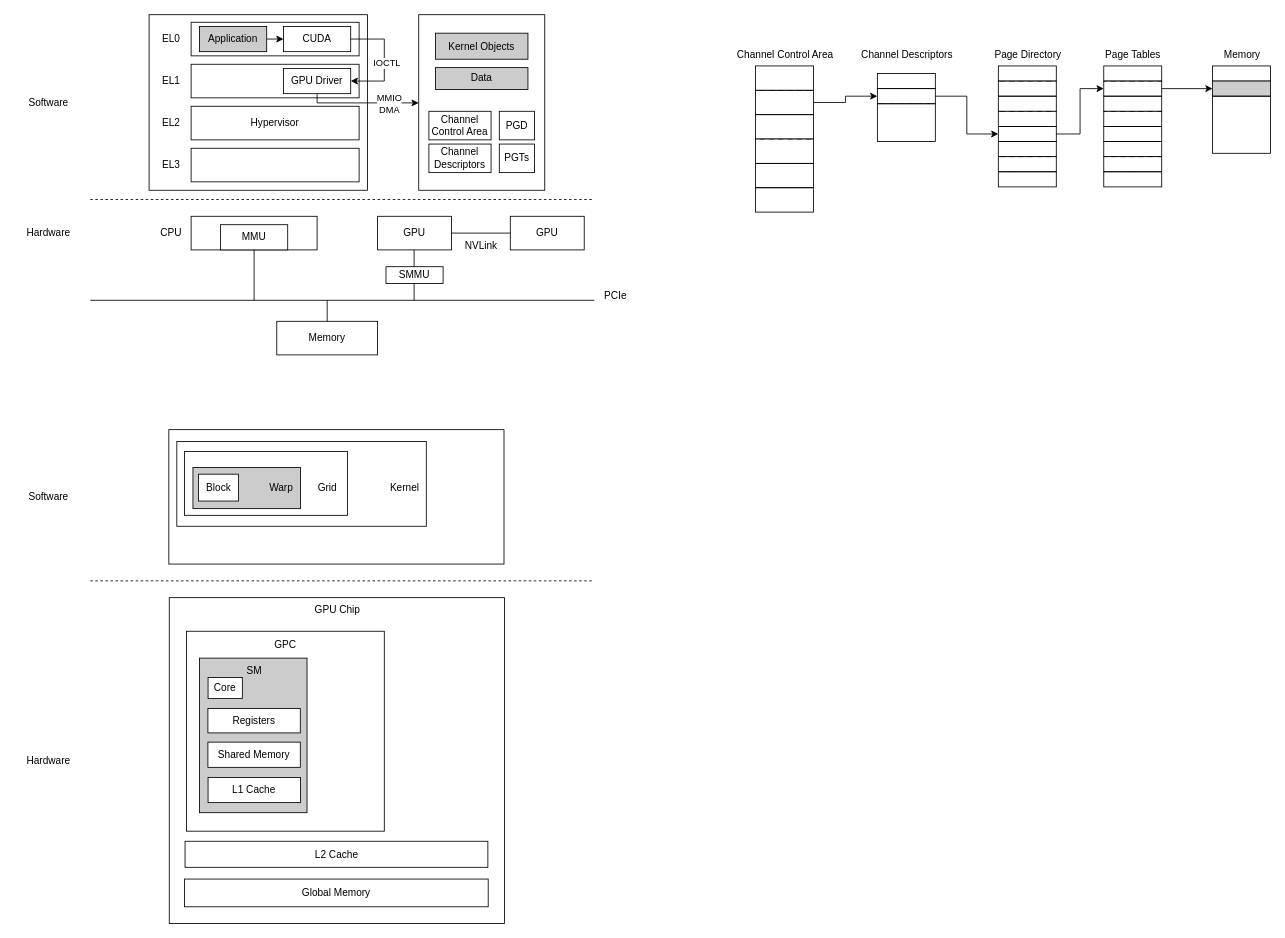
Above: gpu.drawio in qianfei11/draw.io (draw.io), before the change. Source tidied: cells renumbered, new cells numbered last; positions are measured from the earlier drawing's top-left corner, leaving out a move shared by most shapes. Both pictures are drawn from the tidied source at 84%, with x=0, y=0 at pixel (14, 14).
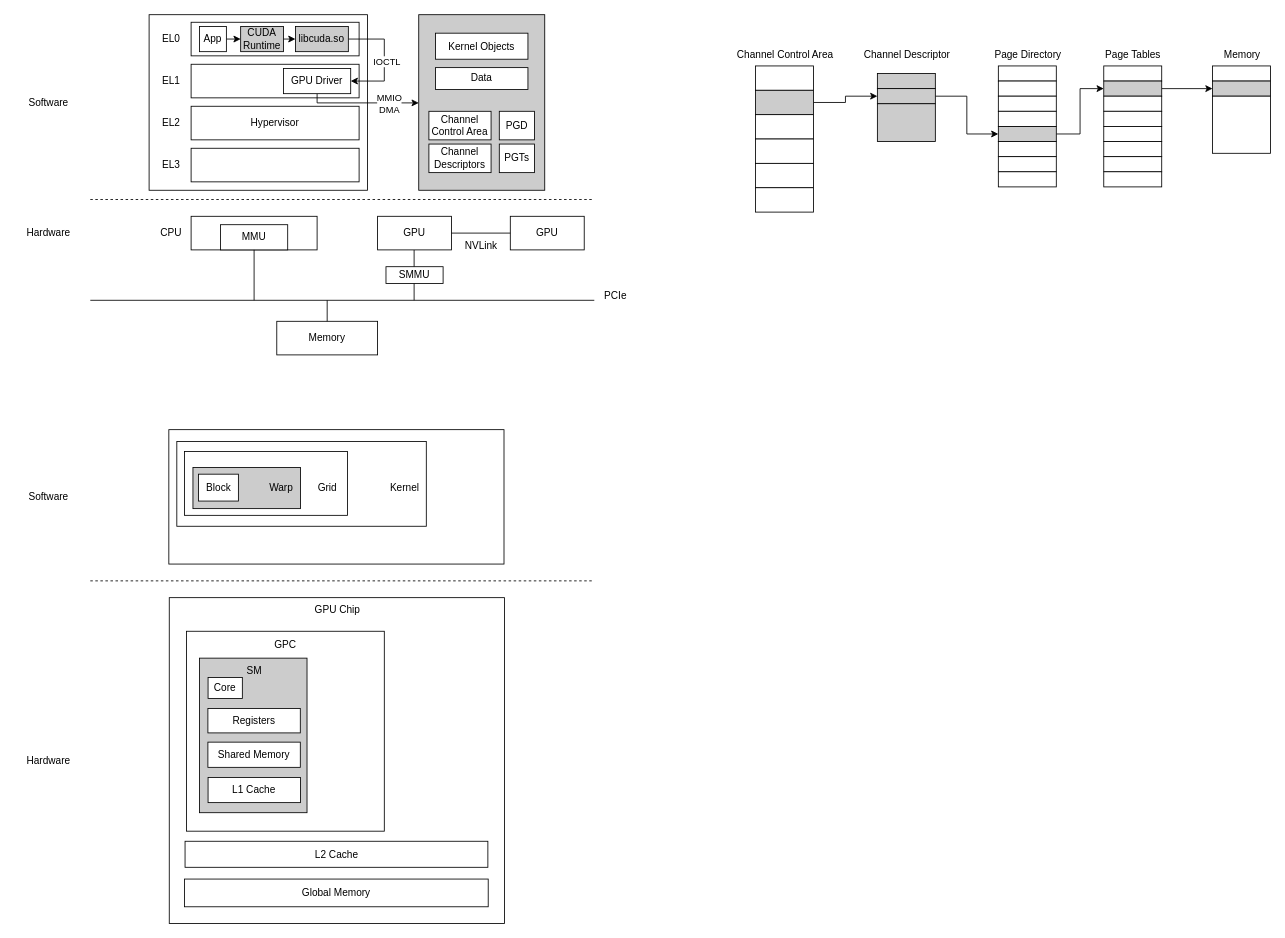
The same diagram, later.

The change refers to these unchanged cells:
```xml
<mxCell id="17" value="GPU Driver" style="rounded=0;whiteSpace=wrap;html=1;fillStyle=auto;fillColor=#FFFFFF;" parent="1" vertex="1">
  <mxGeometry x="320" y="64" width="80" height="30" as="geometry" />
</mxCell>
```

Change to the diagram source:
```diff
@@
-    <mxCell id="5" style="rounded=0;whiteSpace=wrap;html=1;" parent="1" vertex="1">
+    <mxCell id="5" style="rounded=0;whiteSpace=wrap;html=1;fillColor=#CCCCCC;" parent="1" vertex="1">
       <mxGeometry x="481" width="150" height="209" as="geometry" />
     </mxCell>
@@
-    <mxCell id="24" value="Application" style="rounded=0;whiteSpace=wrap;html=1;fillStyle=auto;fillColor=#CCCCCC;" parent="1" vertex="1">
-      <mxGeometry x="220" y="14" width="80" height="30" as="geometry" />
+    <mxCell id="24" value="App" style="rounded=0;whiteSpace=wrap;html=1;fillStyle=auto;fillColor=#FFFFFF;" parent="1" vertex="1">
+      <mxGeometry x="220" y="14" width="32" height="30" as="geometry" />
     </mxCell>
@@
-    <mxCell id="37" style="edgeStyle=orthogonalEdgeStyle;rounded=0;jettySize=auto;html=1;exitX=1;exitY=0.5;exitDx=0;exitDy=0;entryX=1;entryY=0.5;entryDx=0;entryDy=0;" parent="1" edge="1" source="39" target="17">
+    <mxCell id="37" style="edgeStyle=orthogonalEdgeStyle;rounded=0;jettySize=auto;html=1;entryX=1;entryY=0.5;entryDx=0;entryDy=0;exitX=1;exitY=0.5;exitDx=0;exitDy=0;" parent="1" edge="1" source="104" target="17">
       <mxGeometry relative="1" as="geometry">
         <Array as="points">
           <mxPoint x="440" y="29" />
           <mxPoint x="440" y="79" />
         </Array>
       </mxGeometry>
     </mxCell>
@@
+    <mxCell id="103" style="edgeStyle=orthogonalEdgeStyle;rounded=0;jettySize=auto;html=1;exitX=1;exitY=0.5;exitDx=0;exitDy=0;entryX=0;entryY=0.5;entryDx=0;entryDy=0;" parent="1" edge="1" source="39" target="104">
+      <mxGeometry relative="1" as="geometry" />
+    </mxCell>
-    <mxCell id="39" value="CUDA" style="rounded=0;whiteSpace=wrap;html=1;fillStyle=auto;fillColor=#FFFFFF;" parent="1" vertex="1">
-      <mxGeometry x="320" y="14" width="80" height="30" as="geometry" />
+    <mxCell id="39" value="CUDA Runtime" style="rounded=0;whiteSpace=wrap;html=1;fillStyle=auto;fillColor=#CCCCCC;" parent="1" vertex="1">
+      <mxGeometry x="269" y="14" width="51" height="30" as="geometry" />
     </mxCell>
@@
-    <mxCell id="52" value="Kernel Objects" style="rounded=0;whiteSpace=wrap;html=1;fillColor=#CCCCCC;" parent="1" vertex="1">
+    <mxCell id="52" value="Kernel Objects" style="rounded=0;whiteSpace=wrap;html=1;fillColor=#FFFFFF;" parent="1" vertex="1">
       <mxGeometry x="501" y="22" width="110" height="31" as="geometry" />
     </mxCell>
@@
-    <mxCell id="62" style="rounded=0;whiteSpace=wrap;html=1;fillColor=#FFFFFF;fillStyle=dots;" parent="1" vertex="1">
+    <mxCell id="62" style="rounded=0;whiteSpace=wrap;html=1;fillColor=#FFFFFF;fillStyle=auto;" parent="1" vertex="1">
       <mxGeometry x="882" y="61" width="69" height="29" as="geometry" />
     </mxCell>
@@
-    <mxCell id="65" style="rounded=0;whiteSpace=wrap;html=1;fillColor=#FFFFFF;fillStyle=dots;" parent="1" vertex="1">
+    <mxCell id="65" style="rounded=0;whiteSpace=wrap;html=1;fillColor=#CCCCCC;fillStyle=auto;" parent="1" vertex="1">
       <mxGeometry x="882" y="90" width="69" height="29" as="geometry" />
     </mxCell>
-    <mxCell id="66" style="rounded=0;whiteSpace=wrap;html=1;fillColor=#FFFFFF;fillStyle=dots;" parent="1" vertex="1">
+    <mxCell id="66" style="rounded=0;whiteSpace=wrap;html=1;fillColor=#FFFFFF;fillStyle=auto;" parent="1" vertex="1">
       <mxGeometry x="882" y="119" width="69" height="29" as="geometry" />
     </mxCell>
-    <mxCell id="67" style="rounded=0;whiteSpace=wrap;html=1;fillColor=#FFFFFF;fillStyle=dots;" parent="1" vertex="1">
+    <mxCell id="67" style="rounded=0;whiteSpace=wrap;html=1;fillColor=#FFFFFF;fillStyle=auto;" parent="1" vertex="1">
       <mxGeometry x="882" y="148" width="69" height="29" as="geometry" />
     </mxCell>
-    <mxCell id="68" style="rounded=0;whiteSpace=wrap;html=1;fillColor=#FFFFFF;fillStyle=dots;" parent="1" vertex="1">
+    <mxCell id="68" style="rounded=0;whiteSpace=wrap;html=1;fillColor=#FFFFFF;fillStyle=auto;" parent="1" vertex="1">
       <mxGeometry x="882" y="177" width="69" height="29" as="geometry" />
     </mxCell>
-    <mxCell id="69" style="rounded=0;whiteSpace=wrap;html=1;fillColor=#FFFFFF;fillStyle=dots;" parent="1" vertex="1">
+    <mxCell id="69" style="rounded=0;whiteSpace=wrap;html=1;fillColor=#FFFFFF;fillStyle=auto;" parent="1" vertex="1">
       <mxGeometry x="882" y="206" width="69" height="29" as="geometry" />
     </mxCell>
@@
-    <mxCell id="73" value="Data" style="rounded=0;whiteSpace=wrap;html=1;fillColor=#CCCCCC;" parent="1" vertex="1">
+    <mxCell id="73" value="Data" style="rounded=0;whiteSpace=wrap;html=1;fillColor=#FFFFFF;" parent="1" vertex="1">
       <mxGeometry x="501" y="63" width="110" height="26" as="geometry" />
     </mxCell>
-    <mxCell id="74" style="rounded=0;whiteSpace=wrap;html=1;fillColor=#FFFFFF;fillStyle=dots;" parent="1" vertex="1">
+    <mxCell id="74" style="rounded=0;whiteSpace=wrap;html=1;fillColor=#CCCCCC;fillStyle=auto;" parent="1" vertex="1">
       <mxGeometry x="1027" y="70" width="69" height="18" as="geometry" />
     </mxCell>
-    <mxCell id="75" value="Channel Descriptors" style="text;html=1;align=center;verticalAlign=middle;strokeColor=none;fillColor=none;" parent="1" vertex="1">
-      <mxGeometry x="998" y="35" width="127" height="26" as="geometry" />
+    <mxCell id="75" value="Channel Descriptor" style="text;html=1;align=center;verticalAlign=middle;strokeColor=none;fillColor=none;" parent="1" vertex="1">
+      <mxGeometry x="1001" y="35" width="121" height="26" as="geometry" />
     </mxCell>
@@
-    <mxCell id="77" style="rounded=0;whiteSpace=wrap;html=1;fillColor=#FFFFFF;fillStyle=dots;" parent="1" vertex="1">
+    <mxCell id="77" style="rounded=0;whiteSpace=wrap;html=1;fillColor=#CCCCCC;fillStyle=auto;" parent="1" vertex="1">
       <mxGeometry x="1027" y="88" width="69" height="18" as="geometry" />
     </mxCell>
-    <mxCell id="78" style="rounded=0;whiteSpace=wrap;html=1;fillColor=#FFFFFF;fillStyle=dots;" parent="1" vertex="1">
+    <mxCell id="78" style="rounded=0;whiteSpace=wrap;html=1;fillColor=#CCCCCC;fillStyle=auto;" parent="1" vertex="1">
       <mxGeometry x="1027" y="106" width="69" height="45" as="geometry" />
     </mxCell>
@@
-    <mxCell id="82" style="rounded=0;whiteSpace=wrap;html=1;fillColor=#FFFFFF;fillStyle=dots;" parent="1" vertex="1">
+    <mxCell id="82" style="rounded=0;whiteSpace=wrap;html=1;fillColor=#FFFFFF;fillStyle=auto;" parent="1" vertex="1">
       <mxGeometry x="1171" y="61" width="69" height="18" as="geometry" />
     </mxCell>
-    <mxCell id="83" style="rounded=0;whiteSpace=wrap;html=1;fillColor=#FFFFFF;fillStyle=dots;" parent="1" vertex="1">
+    <mxCell id="83" style="rounded=0;whiteSpace=wrap;html=1;fillColor=#FFFFFF;fillStyle=auto;" parent="1" vertex="1">
       <mxGeometry x="1171" y="79" width="69" height="18" as="geometry" />
     </mxCell>
-    <mxCell id="84" style="rounded=0;whiteSpace=wrap;html=1;fillColor=#FFFFFF;fillStyle=dots;" parent="1" vertex="1">
+    <mxCell id="84" style="rounded=0;whiteSpace=wrap;html=1;fillColor=#FFFFFF;fillStyle=auto;" parent="1" vertex="1">
       <mxGeometry x="1171" y="97" width="69" height="18" as="geometry" />
     </mxCell>
-    <mxCell id="85" style="rounded=0;whiteSpace=wrap;html=1;fillColor=#FFFFFF;fillStyle=dots;" parent="1" vertex="1">
+    <mxCell id="85" style="rounded=0;whiteSpace=wrap;html=1;fillColor=#FFFFFF;fillStyle=auto;" parent="1" vertex="1">
       <mxGeometry x="1171" y="115" width="69" height="18" as="geometry" />
     </mxCell>
@@
-    <mxCell id="87" style="rounded=0;whiteSpace=wrap;html=1;fillColor=#FFFFFF;fillStyle=dots;" parent="1" vertex="1">
+    <mxCell id="87" style="rounded=0;whiteSpace=wrap;html=1;fillColor=#CCCCCC;fillStyle=auto;" parent="1" vertex="1">
       <mxGeometry x="1171" y="133" width="69" height="18" as="geometry" />
     </mxCell>
-    <mxCell id="88" style="rounded=0;whiteSpace=wrap;html=1;fillColor=#FFFFFF;fillStyle=dots;" parent="1" vertex="1">
+    <mxCell id="88" style="rounded=0;whiteSpace=wrap;html=1;fillColor=#FFFFFF;fillStyle=auto;" parent="1" vertex="1">
       <mxGeometry x="1171" y="151" width="69" height="18" as="geometry" />
     </mxCell>
-    <mxCell id="89" style="rounded=0;whiteSpace=wrap;html=1;fillColor=#FFFFFF;fillStyle=dots;" parent="1" vertex="1">
+    <mxCell id="89" style="rounded=0;whiteSpace=wrap;html=1;fillColor=#FFFFFF;fillStyle=auto;" parent="1" vertex="1">
       <mxGeometry x="1171" y="169" width="69" height="18" as="geometry" />
     </mxCell>
-    <mxCell id="90" style="rounded=0;whiteSpace=wrap;html=1;fillColor=#FFFFFF;fillStyle=dots;" parent="1" vertex="1">
+    <mxCell id="90" style="rounded=0;whiteSpace=wrap;html=1;fillColor=#FFFFFF;fillStyle=auto;" parent="1" vertex="1">
       <mxGeometry x="1171" y="187" width="69" height="18" as="geometry" />
     </mxCell>
-    <mxCell id="91" style="rounded=0;whiteSpace=wrap;html=1;fillColor=#FFFFFF;fillStyle=dots;" parent="1" vertex="1">
+    <mxCell id="91" style="rounded=0;whiteSpace=wrap;html=1;fillColor=#FFFFFF;fillStyle=auto;" parent="1" vertex="1">
       <mxGeometry x="1296.5" y="61" width="69" height="18" as="geometry" />
     </mxCell>
@@
-    <mxCell id="93" style="rounded=0;whiteSpace=wrap;html=1;fillColor=#FFFFFF;fillStyle=dots;" parent="1" vertex="1">
+    <mxCell id="93" style="rounded=0;whiteSpace=wrap;html=1;fillColor=#CCCCCC;fillStyle=auto;" parent="1" vertex="1">
       <mxGeometry x="1296.5" y="79" width="69" height="18" as="geometry" />
     </mxCell>
-    <mxCell id="94" style="rounded=0;whiteSpace=wrap;html=1;fillColor=#FFFFFF;fillStyle=dots;" parent="1" vertex="1">
+    <mxCell id="94" style="rounded=0;whiteSpace=wrap;html=1;fillColor=#FFFFFF;fillStyle=auto;" parent="1" vertex="1">
       <mxGeometry x="1296.5" y="97" width="69" height="18" as="geometry" />
     </mxCell>
-    <mxCell id="95" style="rounded=0;whiteSpace=wrap;html=1;fillColor=#FFFFFF;fillStyle=dots;" parent="1" vertex="1">
+    <mxCell id="95" style="rounded=0;whiteSpace=wrap;html=1;fillColor=#FFFFFF;fillStyle=auto;" parent="1" vertex="1">
       <mxGeometry x="1296.5" y="115" width="69" height="18" as="geometry" />
     </mxCell>
-    <mxCell id="96" style="rounded=0;whiteSpace=wrap;html=1;fillColor=#FFFFFF;fillStyle=dots;" parent="1" vertex="1">
+    <mxCell id="96" style="rounded=0;whiteSpace=wrap;html=1;fillColor=#FFFFFF;fillStyle=auto;" parent="1" vertex="1">
       <mxGeometry x="1296.5" y="133" width="69" height="18" as="geometry" />
     </mxCell>
-    <mxCell id="97" style="rounded=0;whiteSpace=wrap;html=1;fillColor=#FFFFFF;fillStyle=dots;" parent="1" vertex="1">
+    <mxCell id="97" style="rounded=0;whiteSpace=wrap;html=1;fillColor=#FFFFFF;fillStyle=auto;" parent="1" vertex="1">
       <mxGeometry x="1296.5" y="151" width="69" height="18" as="geometry" />
     </mxCell>
-    <mxCell id="98" style="rounded=0;whiteSpace=wrap;html=1;fillColor=#FFFFFF;fillStyle=dots;" parent="1" vertex="1">
+    <mxCell id="98" style="rounded=0;whiteSpace=wrap;html=1;fillColor=#FFFFFF;fillStyle=auto;" parent="1" vertex="1">
       <mxGeometry x="1296.5" y="169" width="69" height="18" as="geometry" />
     </mxCell>
-    <mxCell id="99" style="rounded=0;whiteSpace=wrap;html=1;fillColor=#FFFFFF;fillStyle=dots;" parent="1" vertex="1">
+    <mxCell id="99" style="rounded=0;whiteSpace=wrap;html=1;fillColor=#FFFFFF;fillStyle=auto;" parent="1" vertex="1">
       <mxGeometry x="1296.5" y="187" width="69" height="18" as="geometry" />
     </mxCell>
-    <mxCell id="100" style="rounded=0;whiteSpace=wrap;html=1;fillColor=#FFFFFF;fillStyle=dots;" parent="1" vertex="1">
+    <mxCell id="100" style="rounded=0;whiteSpace=wrap;html=1;fillColor=#FFFFFF;fillStyle=auto;" parent="1" vertex="1">
       <mxGeometry x="1426" y="61" width="69" height="18" as="geometry" />
     </mxCell>
@@
-    <mxCell id="102" style="rounded=0;whiteSpace=wrap;html=1;fillColor=#FFFFFF;fillStyle=dots;" parent="1" vertex="1">
+    <mxCell id="102" style="rounded=0;whiteSpace=wrap;html=1;fillColor=#FFFFFF;fillStyle=auto;" parent="1" vertex="1">
       <mxGeometry x="1426" y="97" width="69" height="68" as="geometry" />
     </mxCell>
+    <mxCell id="104" value="libcuda.so" style="rounded=0;whiteSpace=wrap;html=1;fillStyle=auto;fillColor=#CCCCCC;" parent="1" vertex="1">
+      <mxGeometry x="334.2" y="14" width="63" height="30" as="geometry" />
+    </mxCell>
```
